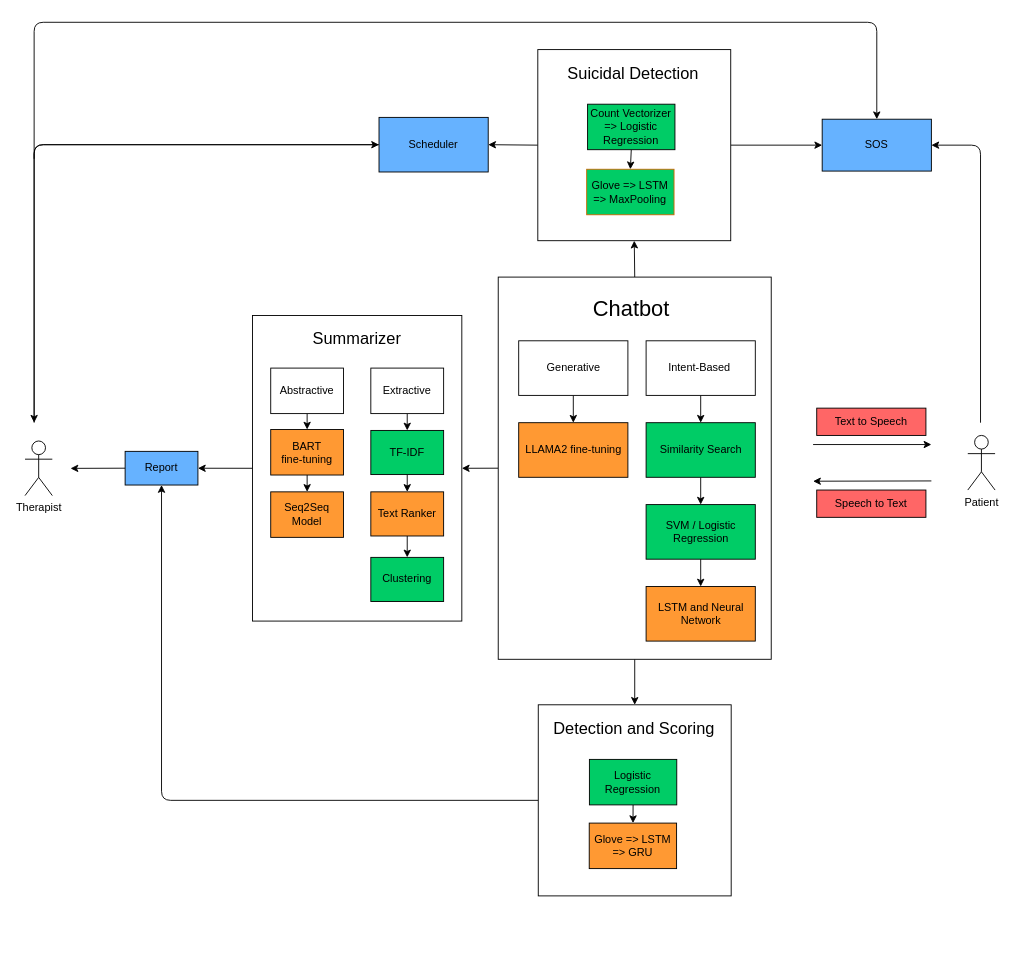
The draw.io diagram page "Page-1" (1 of 2) of report/models.drawio in Better-Call-Soul/Soul-AI, before the edit. Source tidied: cells renumbered, new cells numbered last; positions are measured from the earlier drawing's top-left corner, leaving out a move shared by most shapes. Both pictures are drawn from the tidied source at 91%, with x=0, y=0 at pixel (25, 22).
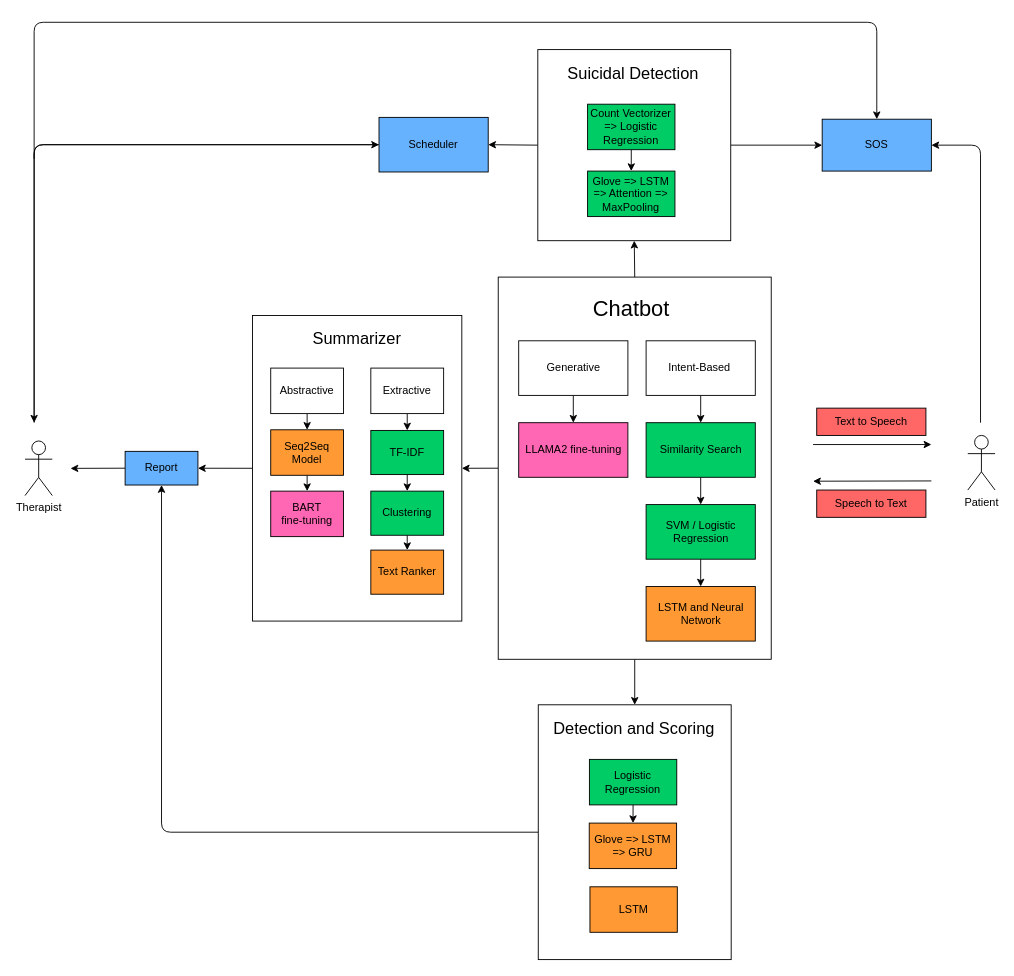
The same diagram, later.

The change refers to these unchanged cells:
```xml
<mxCell id="29" value="Abstractive" style="rounded=0;whiteSpace=wrap;html=1;" parent="1" vertex="1">
  <mxGeometry x="270" y="380" width="80" height="50" as="geometry" />
</mxCell>
<mxCell id="31" value="TF-IDF" style="whiteSpace=wrap;html=1;rounded=0;fillColor=#00CC66;" parent="1" vertex="1">
  <mxGeometry x="380" y="448.5" width="80" height="48.5" as="geometry" />
</mxCell>
<mxCell id="50" value="Count Vectorizer =&amp;gt; Logistic Regression" style="rounded=0;whiteSpace=wrap;html=1;fillColor=#00CC66;" parent="1" vertex="1">
  <mxGeometry x="618.2" y="90" width="96" height="50" as="geometry" />
</mxCell>
```

Diff of the diagram source:
```diff
@@
-    <mxCell id="17" value="LLAMA2 fine-tuning" style="whiteSpace=wrap;html=1;rounded=0;fillColor=#FF9933;" parent="1" vertex="1">
+    <mxCell id="17" value="LLAMA2 fine-tuning" style="whiteSpace=wrap;html=1;rounded=0;fillColor=#FF66B3;" parent="1" vertex="1">
       <mxGeometry x="542.5" y="440" width="120" height="60" as="geometry" />
     </mxCell>
@@
     <mxCell id="21" style="rounded=0;whiteSpace=wrap;html=1;" parent="1" vertex="1">
-      <mxGeometry x="564" y="750" width="212" height="210" as="geometry" />
+      <mxGeometry x="564" y="750" width="212" height="280" as="geometry" />
     </mxCell>
@@
-    <mxCell id="28" style="edgeStyle=none;html=1;exitX=0.5;exitY=1;exitDx=0;exitDy=0;entryX=0.5;entryY=0;entryDx=0;entryDy=0;fontSize=18;" parent="1" edge="1" source="29" target="46">
-      <mxGeometry relative="1" as="geometry" />
-    </mxCell>
+    <mxCell id="59" style="edgeStyle=none;html=1;exitX=0.5;exitY=1;exitDx=0;exitDy=0;entryX=0.5;entryY=0;entryDx=0;entryDy=0;" parent="1" edge="1" source="29" target="47">
+      <mxGeometry relative="1" as="geometry" />
+    </mxCell>
@@
-    <mxCell id="30" style="edgeStyle=none;html=1;" parent="1" edge="1" source="31" target="57">
-      <mxGeometry relative="1" as="geometry" />
-    </mxCell>
+    <mxCell id="60" style="edgeStyle=none;html=1;exitX=0.5;exitY=1;exitDx=0;exitDy=0;entryX=0.5;entryY=0;entryDx=0;entryDy=0;" parent="1" edge="1" source="31" target="58">
+      <mxGeometry relative="1" as="geometry" />
+    </mxCell>
@@
-    <mxCell id="45" style="edgeStyle=none;html=1;exitX=0.5;exitY=1;exitDx=0;exitDy=0;entryX=0.5;entryY=0;entryDx=0;entryDy=0;fontSize=18;" parent="1" edge="1" source="46" target="47">
-      <mxGeometry relative="1" as="geometry" />
-    </mxCell>
-    <mxCell id="46" value="BART &lt;br&gt;fine-tuning" style="rounded=0;whiteSpace=wrap;html=1;fillColor=#FF9933;" parent="1" vertex="1">
-      <mxGeometry x="270" y="447.5" width="80" height="50" as="geometry" />
+    <mxCell id="46" value="BART &lt;br&gt;fine-tuning" style="rounded=0;whiteSpace=wrap;html=1;fillColor=#FF66B3;" parent="1" vertex="1">
+      <mxGeometry x="270" y="515.2" width="80" height="50" as="geometry" />
     </mxCell>
+    <mxCell id="61" style="edgeStyle=none;html=1;exitX=0.5;exitY=1;exitDx=0;exitDy=0;" parent="1" edge="1" source="47" target="46">
+      <mxGeometry relative="1" as="geometry" />
+    </mxCell>
     <mxCell id="47" value="Seq2Seq&lt;br&gt;Model" style="rounded=0;whiteSpace=wrap;html=1;fillColor=#FF9933;" parent="1" vertex="1">
-      <mxGeometry x="270" y="516" width="80" height="50" as="geometry" />
+      <mxGeometry x="270" y="447.8" width="80" height="50" as="geometry" />
     </mxCell>
-    <mxCell id="48" value="Glove =&amp;gt; LSTM&lt;br&gt;=&amp;gt; MaxPooling" style="rounded=0;whiteSpace=wrap;html=1;fillColor=#00CC66;strokeColor=#CC6600;" parent="1" vertex="1">
-      <mxGeometry x="617.2" y="161.5" width="96" height="50" as="geometry" />
-    </mxCell>
-    <mxCell id="49" style="edgeStyle=none;html=1;exitX=0.5;exitY=1;exitDx=0;exitDy=0;entryX=0.5;entryY=0;entryDx=0;entryDy=0;" parent="1" edge="1" source="50" target="48">
-      <mxGeometry relative="1" as="geometry" />
-    </mxCell>
+    <mxCell id="62" style="edgeStyle=none;html=1;" parent="1" edge="1" source="50" target="64">
+      <mxGeometry relative="1" as="geometry" />
+    </mxCell>
@@
-    <mxCell id="56" style="edgeStyle=none;html=1;" parent="1" edge="1" source="57" target="58">
-      <mxGeometry relative="1" as="geometry" />
-    </mxCell>
     <mxCell id="57" value="Text Ranker" style="whiteSpace=wrap;html=1;rounded=0;fillColor=#FF9933;" parent="1" vertex="1">
-      <mxGeometry x="380" y="516" width="80" height="48.5" as="geometry" />
+      <mxGeometry x="380" y="580" width="80" height="48.5" as="geometry" />
     </mxCell>
+    <mxCell id="63" style="edgeStyle=none;html=1;exitX=0.5;exitY=1;exitDx=0;exitDy=0;entryX=0.5;entryY=0;entryDx=0;entryDy=0;" parent="1" edge="1" source="58" target="57">
+      <mxGeometry relative="1" as="geometry" />
+    </mxCell>
     <mxCell id="58" value="Clustering" style="whiteSpace=wrap;html=1;rounded=0;fillColor=#00CC66;" parent="1" vertex="1">
-      <mxGeometry x="380" y="588" width="80" height="48.5" as="geometry" />
+      <mxGeometry x="380" y="515.2" width="80" height="48.5" as="geometry" />
     </mxCell>
+    <mxCell id="64" value="Glove =&amp;gt; LSTM&lt;br&gt;=&amp;gt; Attention =&amp;gt; MaxPooling" style="rounded=0;whiteSpace=wrap;html=1;fillColor=#00CC66;" parent="1" vertex="1">
+      <mxGeometry x="618.2" y="163.5" width="96" height="50" as="geometry" />
+    </mxCell>
+    <mxCell id="65" value="LSTM" style="rounded=0;whiteSpace=wrap;html=1;fillColor=#FF9933;" parent="1" vertex="1">
+      <mxGeometry x="620.8" y="950" width="96" height="50" as="geometry" />
+    </mxCell>
```
